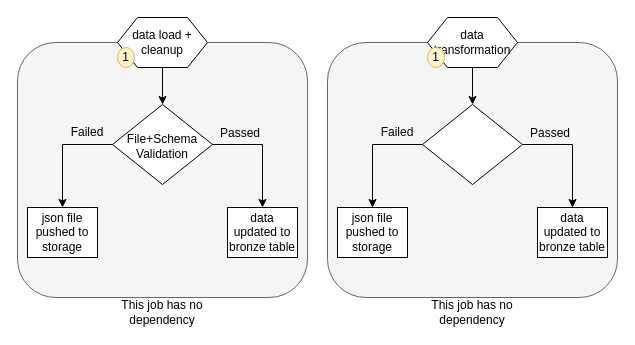
Before: page "Page-3" (3 of 5) of trivago_solution_task1.drawio in prabhupad26/100daysofML, a draw.io diagram. Source tidied: cells renumbered, new cells numbered last; positions are measured from the earlier drawing's top-left corner, leaving out a move shared by most shapes. Both pictures are drawn from the tidied source at 100%, with x=0, y=0 at pixel (17, 17).
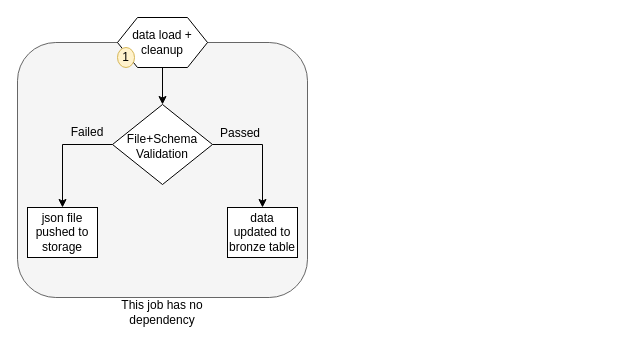
After the change.

What changed in the source:
```diff
@@
-    <mxCell id="18" style="group;" parent="1" vertex="1">
-      <mxGeometry x="310" width="290" height="310" as="geometry" />
-    </mxCell>
-    <mxCell id="19" style="rounded=1;whiteSpace=wrap;html=1;fillColor=#f5f5f5;fontColor=#333333;strokeColor=#666666;" parent="18" vertex="1">
-      <mxGeometry y="25" width="290" height="255" as="geometry" />
-    </mxCell>
-    <mxCell id="20" style="group;" parent="18" vertex="1">
-      <mxGeometry x="100" width="90" height="50" as="geometry" />
-    </mxCell>
-    <mxCell id="21" value="data transformation" style="shape=hexagon;perimeter=hexagonPerimeter2;whiteSpace=wrap;html=1;fixedSize=1;" parent="20" vertex="1">
-      <mxGeometry width="90" height="50" as="geometry" />
-    </mxCell>
-    <mxCell id="22" value="1" style="ellipse;whiteSpace=wrap;html=1;fillColor=#fff2cc;strokeColor=#d6b656;" parent="20" vertex="1">
-      <mxGeometry y="30" width="17" height="20" as="geometry" />
-    </mxCell>
-    <mxCell id="23" style="edgeStyle=orthogonalEdgeStyle;rounded=0;jettySize=auto;html=1;entryX=0.5;entryY=0;entryDx=0;entryDy=0;" parent="18" edge="1" source="21" target="31">
-      <mxGeometry relative="1" as="geometry" />
-    </mxCell>
-    <mxCell id="24" value="json file pushed to storage" style="rounded=0;whiteSpace=wrap;html=1;" parent="18" vertex="1">
-      <mxGeometry x="10" y="190" width="70" height="50" as="geometry" />
-    </mxCell>
-    <mxCell id="25" value="data updated to bronze table" style="rounded=0;whiteSpace=wrap;html=1;" parent="18" vertex="1">
-      <mxGeometry x="210" y="190" width="70" height="50" as="geometry" />
-    </mxCell>
-    <mxCell id="26" style="edgeStyle=orthogonalEdgeStyle;rounded=0;jettySize=auto;html=1;" parent="18" edge="1" source="31" target="24">
-      <mxGeometry relative="1" as="geometry" />
-    </mxCell>
-    <mxCell id="27" style="edgeStyle=orthogonalEdgeStyle;rounded=0;jettySize=auto;html=1;entryX=0.5;entryY=0;entryDx=0;entryDy=0;" parent="18" edge="1" source="31" target="25">
-      <mxGeometry relative="1" as="geometry" />
-    </mxCell>
-    <mxCell id="28" value="Failed" style="text;html=1;align=center;verticalAlign=middle;whiteSpace=wrap;rounded=0;" parent="18" vertex="1">
-      <mxGeometry x="40" y="100" width="60" height="30" as="geometry" />
-    </mxCell>
-    <mxCell id="29" value="Passed" style="text;html=1;align=center;verticalAlign=middle;whiteSpace=wrap;rounded=0;" parent="18" vertex="1">
-      <mxGeometry x="193" y="101" width="60" height="30" as="geometry" />
-    </mxCell>
-    <mxCell id="30" value="This job has no dependency" style="text;html=1;align=center;verticalAlign=middle;whiteSpace=wrap;rounded=0;" parent="18" vertex="1">
-      <mxGeometry x="70" y="280" width="150" height="30" as="geometry" />
-    </mxCell>
-    <mxCell id="31" style="rhombus;whiteSpace=wrap;html=1;" parent="18" vertex="1">
-      <mxGeometry x="95" y="87" width="100" height="80" as="geometry" />
-    </mxCell>
```
